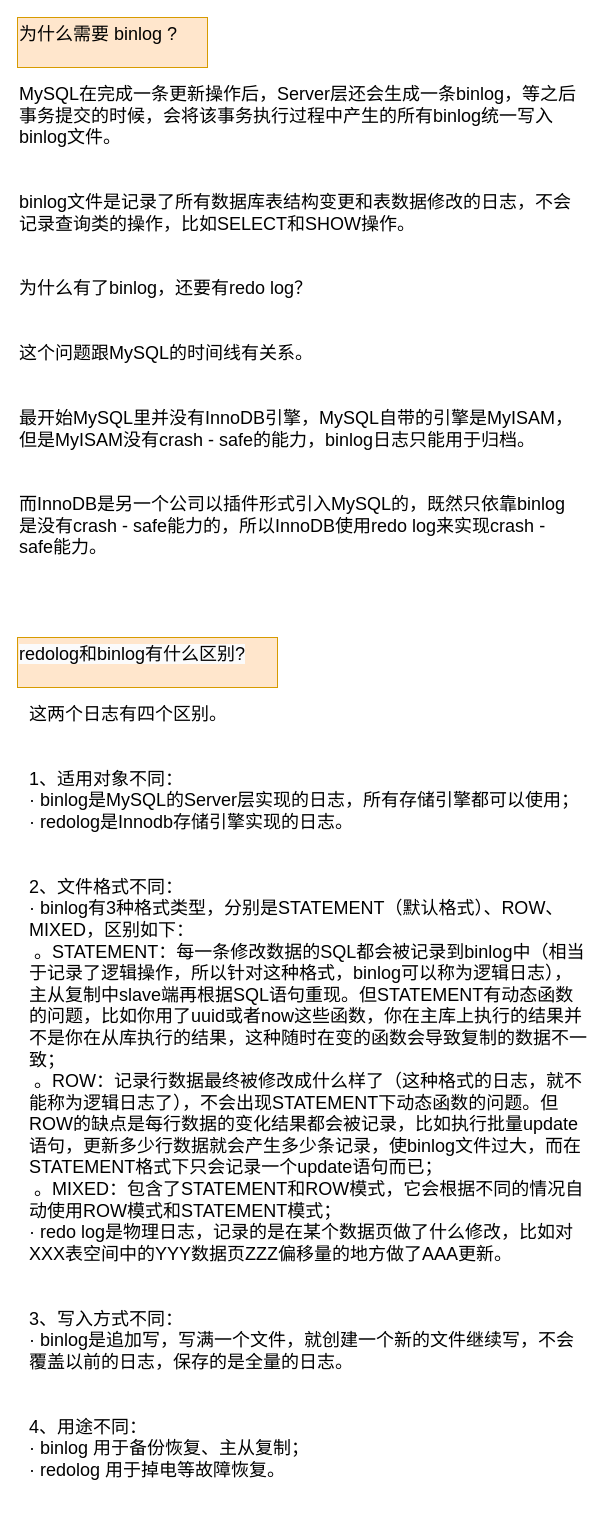
Before: page "binlog" (6 of 7) of mysql/innodb存储结构.drawio in lanendiencgr2002/drawio_photos, a draw.io diagram. Source tidied: cells renumbered, new cells numbered last; positions are measured from the earlier drawing's top-left corner, leaving out a move shared by most shapes. Both pictures are drawn from the tidied source at 100%, with x=0, y=0 at pixel (17, 17).
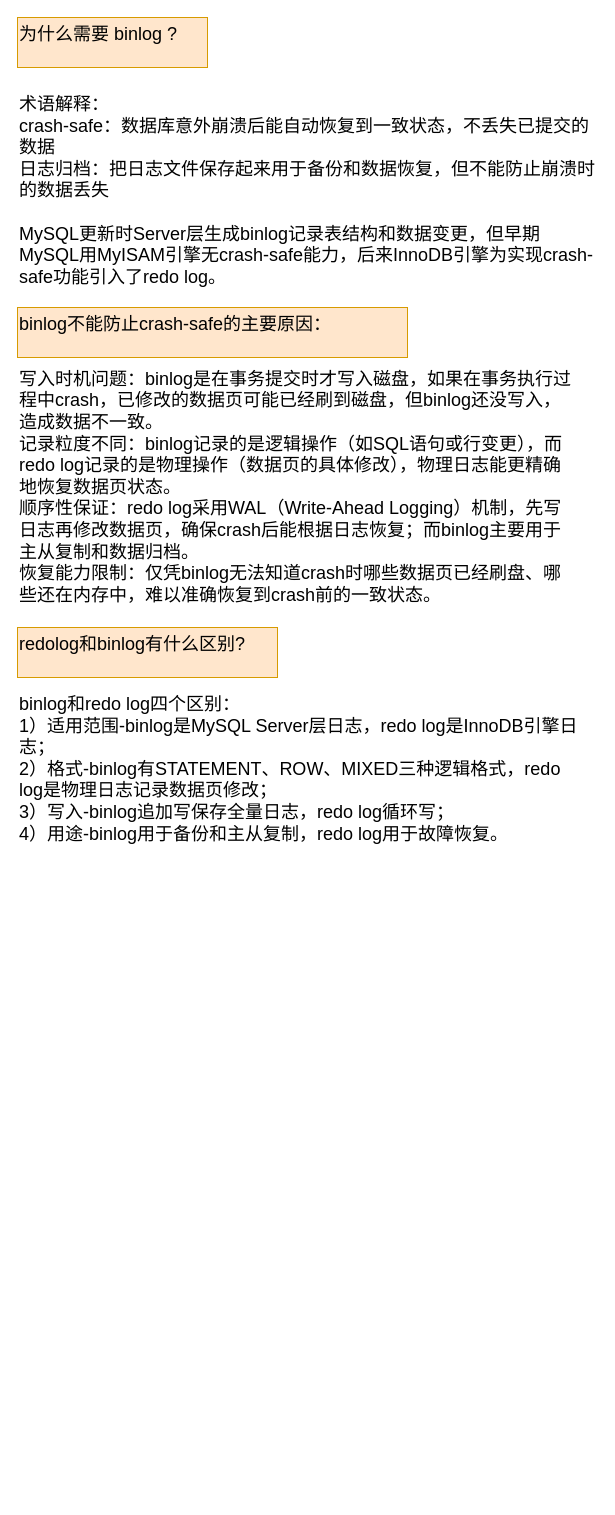
The same diagram, later.

Diff of the diagram source:
```diff
@@
 <mxGraphModel>
   <root>
     <mxCell id="0" />
     <mxCell id="1" parent="0" />
-    <mxCell id="2" value="MySQL在完成一条更新操作后，Server层还会生成一条binlog，等之后事务提交的时候，会将该事务执行过程中产生的所有binlog统一写入binlog文件。&#10;&#10;&#10;binlog文件是记录了所有数据库表结构变更和表数据修改的日志，不会记录查询类的操作，比如SELECT和SHOW操作。&#10;&#10;&#10;为什么有了binlog，还要有redo log？&#10;&#10;&#10;这个问题跟MySQL的时间线有关系。&#10;&#10;&#10;最开始MySQL里并没有InnoDB引擎，MySQL自带的引擎是MyISAM，但是MyISAM没有crash - safe的能力，binlog日志只能用于归档。&#10;&#10;&#10;而InnoDB是另一个公司以插件形式引入MySQL的，既然只依靠binlog是没有crash - safe能力的，所以InnoDB使用redo log来实现crash - safe能力。" style="text;whiteSpace=wrap;fontSize=18;" parent="1" vertex="1">
-      <mxGeometry y="60" width="560" height="520" as="geometry" />
+    <mxCell id="2" value="术语解释：&#10;crash-safe：数据库意外崩溃后能自动恢复到一致状态，不丢失已提交的数据&#10;日志归档：把日志文件保存起来用于备份和数据恢复，但不能防止崩溃时的数据丢失&#10;&#10;MySQL更新时Server层生成binlog记录表结构和数据变更，但早期MySQL用MyISAM引擎无crash-safe能力，后来InnoDB引擎为实现crash-safe功能引入了redo log。" style="text;whiteSpace=wrap;fontSize=18;" parent="1" vertex="1">
+      <mxGeometry y="70" width="580" height="220" as="geometry" />
     </mxCell>
     <mxCell id="3" value="为什么需要 binlog ?" style="text;whiteSpace=wrap;fontSize=18;fillColor=#ffe6cc;strokeColor=#d79b00;" parent="1" vertex="1">
       <mxGeometry width="190" height="50" as="geometry" />
     </mxCell>
-    <mxCell id="4" value="这两个日志有四个区别。&#10;&#10;&#10;1、适用对象不同：&#10;· binlog是MySQL的Server层实现的日志，所有存储引擎都可以使用；&#10;· redolog是Innodb存储引擎实现的日志。&#10;&#10;&#10;2、文件格式不同：&#10;· binlog有3种格式类型，分别是STATEMENT（默认格式）、ROW、MIXED，区别如下：&#10; 。STATEMENT：每一条修改数据的SQL都会被记录到binlog中（相当于记录了逻辑操作，所以针对这种格式，binlog可以称为逻辑日志），主从复制中slave端再根据SQL语句重现。但STATEMENT有动态函数的问题，比如你用了uuid或者now这些函数，你在主库上执行的结果并不是你在从库执行的结果，这种随时在变的函数会导致复制的数据不一致；&#10; 。ROW：记录行数据最终被修改成什么样了（这种格式的日志，就不能称为逻辑日志了），不会出现STATEMENT下动态函数的问题。但ROW的缺点是每行数据的变化结果都会被记录，比如执行批量update语句，更新多少行数据就会产生多少条记录，使binlog文件过大，而在STATEMENT格式下只会记录一个update语句而已；&#10; 。MIXED：包含了STATEMENT和ROW模式，它会根据不同的情况自动使用ROW模式和STATEMENT模式；&#10;· redo log是物理日志，记录的是在某个数据页做了什么修改，比如对XXX表空间中的YYY数据页ZZZ偏移量的地方做了AAA更新。&#10;&#10;&#10;3、写入方式不同：&#10;· binlog是追加写，写满一个文件，就创建一个新的文件继续写，不会覆盖以前的日志，保存的是全量的日志。&#10;&#10;&#10;4、用途不同：&#10;· binlog 用于备份恢复、主从复制；&#10;· redolog 用于掉电等故障恢复。" style="text;whiteSpace=wrap;fontSize=18;" parent="1" vertex="1">
-      <mxGeometry x="10" y="680" width="560" height="800" as="geometry" />
+    <mxCell id="4" value="binlog和redo log四个区别：&#10;1）适用范围-binlog是MySQL Server层日志，redo log是InnoDB引擎日志；&#10;2）格式-binlog有STATEMENT、ROW、MIXED三种逻辑格式，redo log是物理日志记录数据页修改；&#10;3）写入-binlog追加写保存全量日志，redo log循环写；&#10;4）用途-binlog用于备份和主从复制，redo log用于故障恢复。" style="text;whiteSpace=wrap;fontSize=18;" parent="1" vertex="1">
+      <mxGeometry y="670" width="570" height="150" as="geometry" />
     </mxCell>
+    <mxCell id="6" value="&#10;&#10;&#10;写入时机问题：binlog是在事务提交时才写入磁盘，如果在事务执行过程中crash，已修改的数据页可能已经刷到磁盘，但binlog还没写入，造成数据不一致。&#10;记录粒度不同：binlog记录的是逻辑操作（如SQL语句或行变更），而redo log记录的是物理操作（数据页的具体修改），物理日志能更精确地恢复数据页状态。&#10;顺序性保证：redo log采用WAL（Write-Ahead Logging）机制，先写日志再修改数据页，确保crash后能根据日志恢复；而binlog主要用于主从复制和数据归档。&#10;恢复能力限制：仅凭binlog无法知道crash时哪些数据页已经刷盘、哪些还在内存中，难以准确恢复到crash前的一致状态。" style="text;whiteSpace=wrap;fontSize=18;" parent="1" vertex="1">
+      <mxGeometry y="280" width="560" height="330" as="geometry" />
+    </mxCell>
+    <mxCell id="7" value="binlog不能防止crash-safe的主要原因：" style="text;whiteSpace=wrap;fontSize=18;fillColor=#ffe6cc;strokeColor=#d79b00;" parent="1" vertex="1">
+      <mxGeometry y="290" width="390" height="50" as="geometry" />
+    </mxCell>
-    <mxCell id="5" value="&lt;span style=&quot;color: rgb(0, 0, 0); font-family: Helvetica; font-size: 18px; font-style: normal; font-variant-ligatures: normal; font-variant-caps: normal; font-weight: 400; letter-spacing: normal; orphans: 2; text-align: left; text-indent: 0px; text-transform: none; widows: 2; word-spacing: 0px; -webkit-text-stroke-width: 0px; white-space: normal; background-color: rgb(251, 251, 251); text-decoration-thickness: initial; text-decoration-style: initial; text-decoration-color: initial; display: inline !important; float: none;&quot;&gt;redolog和binlog有什么区别?&lt;/span&gt;" style="text;whiteSpace=wrap;html=1;fontSize=18;fillColor=#ffe6cc;strokeColor=#d79b00;" parent="1" vertex="1">
-      <mxGeometry y="620" width="260" height="50" as="geometry" />
+    <mxCell id="5" value="redolog和binlog有什么区别?" style="text;whiteSpace=wrap;fontSize=18;fillColor=#ffe6cc;strokeColor=#d79b00;" parent="1" vertex="1">
+      <mxGeometry y="610" width="260" height="50" as="geometry" />
     </mxCell>
   </root>
 </mxGraphModel>
```
